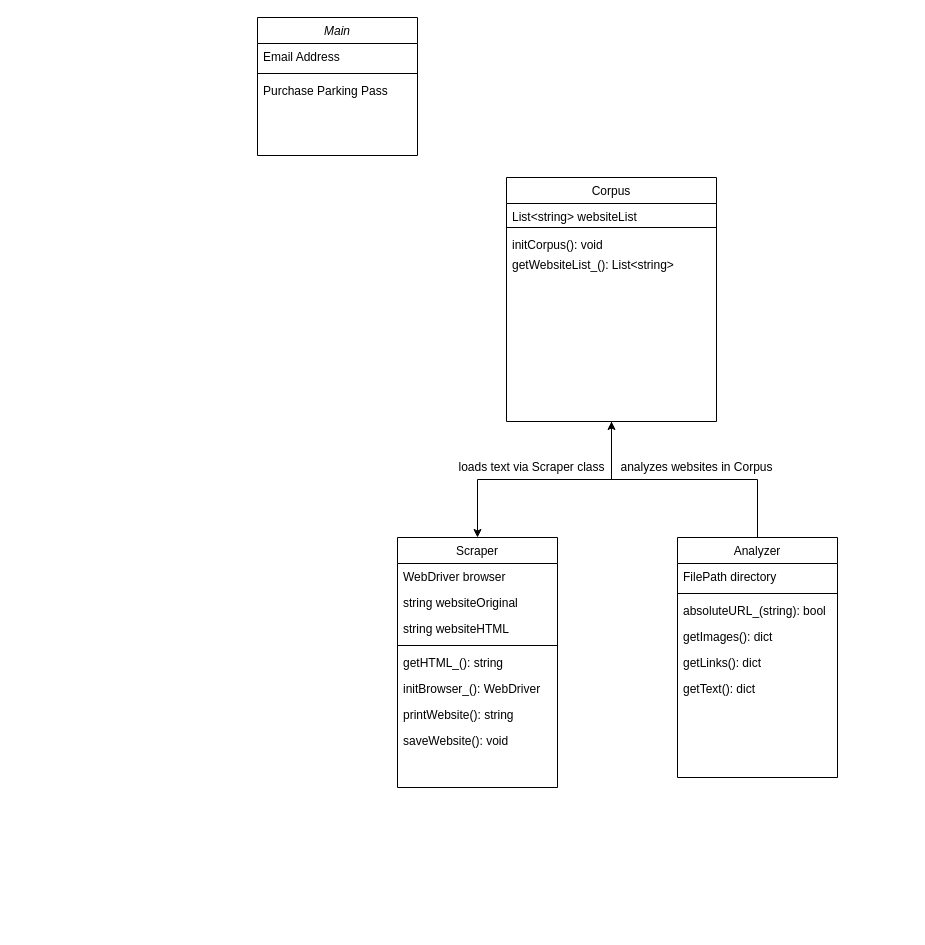
This is zfdg_scraper_UML.drawio from thomjur/zfdg_website_scraper, a draw.io file, before an edit. Source tidied: cells renumbered, new cells numbered last; positions are measured from the earlier drawing's top-left corner, leaving out a move shared by most shapes. Both pictures are drawn from the tidied source at 100%, with x=0, y=0 at pixel (257, 17).
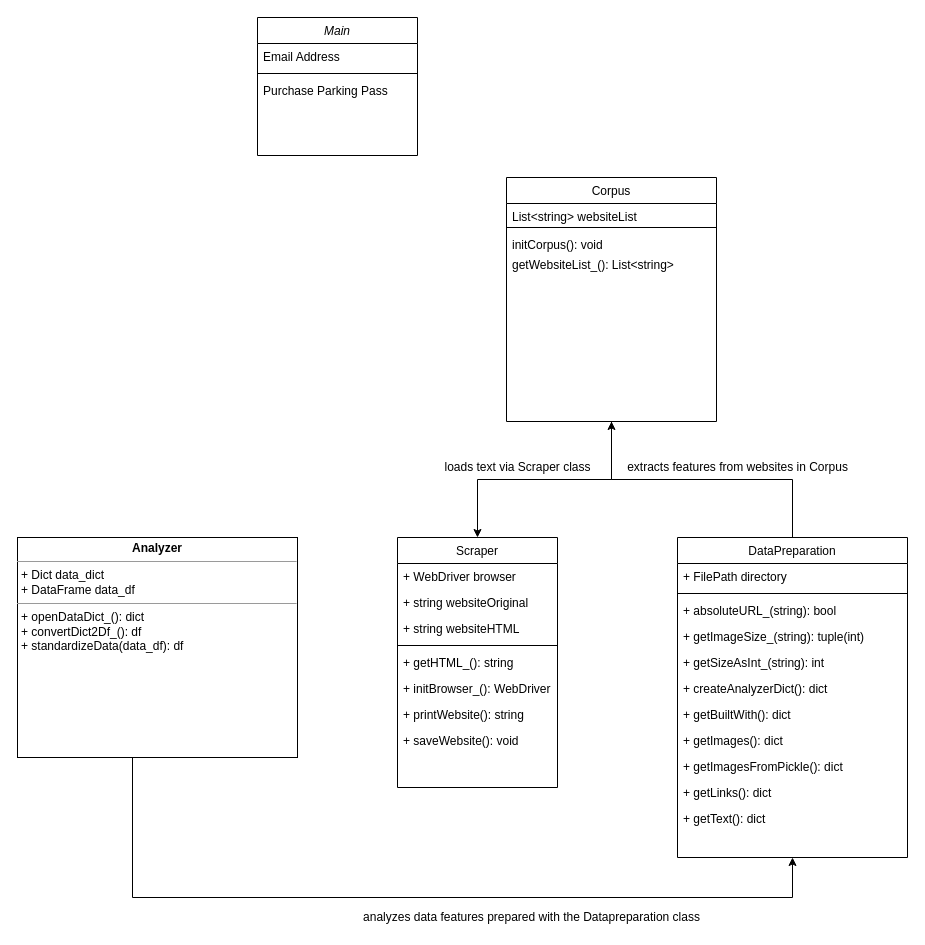
After the change.

Commit message (it also covers changes not shown here):
added analyzer module with kmeans; major changes

The change refers to these unchanged cells:
```xml
<mxCell id="6" value="Scraper" style="swimlane;fontStyle=0;align=center;verticalAlign=top;horizontal=1;startSize=26;rounded=0;shadow=0;strokeWidth=1;" parent="1" vertex="1">
  <mxGeometry x="140" y="520" width="160" height="250" as="geometry" />
</mxCell>
```

What changed in the source:
```diff
@@
-    <mxCell id="7" value="WebDriver browser" style="text;align=left;verticalAlign=top;spacingLeft=4;spacingRight=4;overflow=hidden;" parent="6" vertex="1">
+    <mxCell id="7" value="+ WebDriver browser" style="text;align=left;verticalAlign=top;spacingLeft=4;spacingRight=4;overflow=hidden;" parent="6" vertex="1">
       <mxGeometry y="26" width="160" height="26" as="geometry" />
     </mxCell>
-    <mxCell id="8" value="string websiteOriginal" style="text;align=left;verticalAlign=top;spacingLeft=4;spacingRight=4;overflow=hidden;rounded=0;shadow=0;html=0;" parent="6" vertex="1">
+    <mxCell id="8" value="+ string websiteOriginal" style="text;align=left;verticalAlign=top;spacingLeft=4;spacingRight=4;overflow=hidden;rounded=0;shadow=0;html=0;" parent="6" vertex="1">
       <mxGeometry y="52" width="160" height="26" as="geometry" />
     </mxCell>
-    <mxCell id="9" value="string websiteHTML" style="text;align=left;verticalAlign=top;spacingLeft=4;spacingRight=4;overflow=hidden;rounded=0;shadow=0;html=0;" parent="6" vertex="1">
+    <mxCell id="9" value="+ string websiteHTML" style="text;align=left;verticalAlign=top;spacingLeft=4;spacingRight=4;overflow=hidden;rounded=0;shadow=0;html=0;" parent="6" vertex="1">
       <mxGeometry y="78" width="160" height="26" as="geometry" />
     </mxCell>
@@
-    <mxCell id="11" value="getHTML_(): string" style="text;align=left;verticalAlign=top;spacingLeft=4;spacingRight=4;overflow=hidden;fontStyle=0;" parent="6" vertex="1">
+    <mxCell id="11" value="+ getHTML_(): string" style="text;align=left;verticalAlign=top;spacingLeft=4;spacingRight=4;overflow=hidden;fontStyle=0;" parent="6" vertex="1">
       <mxGeometry y="112" width="160" height="26" as="geometry" />
     </mxCell>
-    <mxCell id="12" value="initBrowser_(): WebDriver" style="text;align=left;verticalAlign=top;spacingLeft=4;spacingRight=4;overflow=hidden;" parent="6" vertex="1">
+    <mxCell id="12" value="+ initBrowser_(): WebDriver" style="text;align=left;verticalAlign=top;spacingLeft=4;spacingRight=4;overflow=hidden;" parent="6" vertex="1">
       <mxGeometry y="138" width="160" height="26" as="geometry" />
     </mxCell>
-    <mxCell id="13" value="printWebsite(): string" style="text;align=left;verticalAlign=top;spacingLeft=4;spacingRight=4;overflow=hidden;" parent="6" vertex="1">
+    <mxCell id="13" value="+ printWebsite(): string" style="text;align=left;verticalAlign=top;spacingLeft=4;spacingRight=4;overflow=hidden;" parent="6" vertex="1">
       <mxGeometry y="164" width="160" height="26" as="geometry" />
     </mxCell>
-    <mxCell id="14" value="saveWebsite(): void" style="text;align=left;verticalAlign=top;spacingLeft=4;spacingRight=4;overflow=hidden;" parent="6" vertex="1">
+    <mxCell id="14" value="+ saveWebsite(): void" style="text;align=left;verticalAlign=top;spacingLeft=4;spacingRight=4;overflow=hidden;" parent="6" vertex="1">
       <mxGeometry y="190" width="160" height="26" as="geometry" />
     </mxCell>
@@
-    <mxCell id="16" value="Analyzer" style="swimlane;fontStyle=0;align=center;verticalAlign=top;horizontal=1;startSize=26;rounded=0;shadow=0;strokeWidth=1;" parent="1" vertex="1">
-      <mxGeometry x="420" y="520" width="160" height="240" as="geometry" />
+    <mxCell id="16" value="DataPreparation" style="swimlane;fontStyle=0;align=center;verticalAlign=top;horizontal=1;startSize=26;rounded=0;shadow=0;strokeWidth=1;" parent="1" vertex="1">
+      <mxGeometry x="420" y="520" width="230" height="320" as="geometry" />
     </mxCell>
-    <mxCell id="17" value="FilePath directory" style="text;align=left;verticalAlign=top;spacingLeft=4;spacingRight=4;overflow=hidden;" parent="16" vertex="1">
-      <mxGeometry y="26" width="160" height="26" as="geometry" />
+    <mxCell id="17" value="+ FilePath directory" style="text;align=left;verticalAlign=top;spacingLeft=4;spacingRight=4;overflow=hidden;" parent="16" vertex="1">
+      <mxGeometry y="26" width="230" height="26" as="geometry" />
     </mxCell>
     <mxCell id="18" style="line;html=1;strokeWidth=1;align=left;verticalAlign=middle;spacingTop=-1;spacingLeft=3;spacingRight=3;labelPosition=right;" parent="16" vertex="1">
-      <mxGeometry y="52" width="160" height="8" as="geometry" />
+      <mxGeometry y="52" width="230" height="8" as="geometry" />
     </mxCell>
-    <mxCell id="19" value="absoluteURL_(string): bool" style="text;align=left;verticalAlign=top;spacingLeft=4;spacingRight=4;overflow=hidden;" parent="16" vertex="1">
-      <mxGeometry y="60" width="160" height="26" as="geometry" />
+    <mxCell id="19" value="+ absoluteURL_(string): bool" style="text;align=left;verticalAlign=top;spacingLeft=4;spacingRight=4;overflow=hidden;" parent="16" vertex="1">
+      <mxGeometry y="60" width="230" height="26" as="geometry" />
     </mxCell>
+    <mxCell id="31" value="+ getImageSize_(string): tuple(int)" style="text;align=left;verticalAlign=top;spacingLeft=4;spacingRight=4;overflow=hidden;" parent="16" vertex="1">
+      <mxGeometry y="86" width="230" height="26" as="geometry" />
+    </mxCell>
+    <mxCell id="32" value="+ getSizeAsInt_(string): int" style="text;align=left;verticalAlign=top;spacingLeft=4;spacingRight=4;overflow=hidden;" parent="16" vertex="1">
+      <mxGeometry y="112" width="230" height="26" as="geometry" />
+    </mxCell>
+    <mxCell id="33" value="+ createAnalyzerDict(): dict" style="text;align=left;verticalAlign=top;spacingLeft=4;spacingRight=4;overflow=hidden;" parent="16" vertex="1">
+      <mxGeometry y="138" width="230" height="26" as="geometry" />
+    </mxCell>
+    <mxCell id="34" value="+ getBuiltWith(): dict" style="text;align=left;verticalAlign=top;spacingLeft=4;spacingRight=4;overflow=hidden;" parent="16" vertex="1">
+      <mxGeometry y="164" width="230" height="26" as="geometry" />
+    </mxCell>
-    <mxCell id="20" value="getImages(): dict" style="text;align=left;verticalAlign=top;spacingLeft=4;spacingRight=4;overflow=hidden;" parent="16" vertex="1">
-      <mxGeometry y="86" width="160" height="26" as="geometry" />
+    <mxCell id="20" value="+ getImages(): dict" style="text;align=left;verticalAlign=top;spacingLeft=4;spacingRight=4;overflow=hidden;" parent="16" vertex="1">
+      <mxGeometry y="190" width="230" height="26" as="geometry" />
     </mxCell>
+    <mxCell id="35" value="+ getImagesFromPickle(): dict" style="text;align=left;verticalAlign=top;spacingLeft=4;spacingRight=4;overflow=hidden;" parent="16" vertex="1">
+      <mxGeometry y="216" width="230" height="26" as="geometry" />
+    </mxCell>
-    <mxCell id="21" value="getLinks(): dict" style="text;align=left;verticalAlign=top;spacingLeft=4;spacingRight=4;overflow=hidden;" parent="16" vertex="1">
-      <mxGeometry y="112" width="160" height="26" as="geometry" />
+    <mxCell id="21" value="+ getLinks(): dict" style="text;align=left;verticalAlign=top;spacingLeft=4;spacingRight=4;overflow=hidden;" parent="16" vertex="1">
+      <mxGeometry y="242" width="230" height="26" as="geometry" />
     </mxCell>
-    <mxCell id="22" value="getText(): dict" style="text;align=left;verticalAlign=top;spacingLeft=4;spacingRight=4;overflow=hidden;" parent="16" vertex="1">
-      <mxGeometry y="138" width="160" height="26" as="geometry" />
+    <mxCell id="22" value="+ getText(): dict" style="text;align=left;verticalAlign=top;spacingLeft=4;spacingRight=4;overflow=hidden;" parent="16" vertex="1">
+      <mxGeometry y="268" width="230" height="26" as="geometry" />
     </mxCell>
@@
     <mxCell id="29" value="loads text via Scraper class" style="text;html=1;align=center;verticalAlign=middle;" parent="1" vertex="1">
-      <mxGeometry x="194" y="440" width="160" height="20" as="geometry" />
+      <mxGeometry x="180" y="440" width="160" height="20" as="geometry" />
     </mxCell>
-    <mxCell id="30" value="analyzes websites in Corpus" style="text;html=1;align=center;verticalAlign=middle;" parent="1" vertex="1">
-      <mxGeometry x="354" y="440" width="170" height="20" as="geometry" />
+    <mxCell id="30" value="extracts features from websites in Corpus" style="text;html=1;align=center;verticalAlign=middle;" parent="1" vertex="1">
+      <mxGeometry x="360" y="440" width="240" height="20" as="geometry" />
     </mxCell>
+    <mxCell id="36" style="edgeStyle=orthogonalEdgeStyle;rounded=0;jettySize=auto;html=1;entryX=0.5;entryY=1;entryDx=0;entryDy=0;exitX=0.5;exitY=1;exitDx=0;exitDy=0;" parent="1" edge="1" source="37" target="16">
+      <mxGeometry relative="1" as="geometry">
+        <Array as="points">
+          <mxPoint x="-125" y="880" />
+          <mxPoint x="535" y="880" />
+        </Array>
+      </mxGeometry>
+    </mxCell>
+    <mxCell id="37" value="&lt;p style=&quot;margin: 0px ; margin-top: 4px ; text-align: center&quot;&gt;&lt;b&gt;Analyzer&lt;/b&gt;&lt;/p&gt;&lt;hr size=&quot;1&quot;&gt;&lt;p style=&quot;margin: 0px ; margin-left: 4px&quot;&gt;+ Dict data_dict&lt;/p&gt;&lt;p style=&quot;margin: 0px ; margin-left: 4px&quot;&gt;+ DataFrame data_df&lt;/p&gt;&lt;hr size=&quot;1&quot;&gt;&lt;p style=&quot;margin: 0px ; margin-left: 4px&quot;&gt;+ openDataDict_(): dict&lt;/p&gt;&lt;p style=&quot;margin: 0px ; margin-left: 4px&quot;&gt;+ convertDict2Df_(): df&lt;/p&gt;&lt;p style=&quot;margin: 0px ; margin-left: 4px&quot;&gt;+ standardizeData(data_df): df&amp;nbsp;&lt;/p&gt;" style="verticalAlign=top;align=left;overflow=fill;fontSize=12;fontFamily=Helvetica;html=1;" parent="1" vertex="1">
+      <mxGeometry x="-240" y="520" width="280" height="220" as="geometry" />
+    </mxCell>
+    <mxCell id="38" value="analyzes data features prepared with the Datapreparation class" style="text;html=1;align=center;verticalAlign=middle;" parent="1" vertex="1">
+      <mxGeometry x="99" y="890" width="350" height="20" as="geometry" />
+    </mxCell>
```
